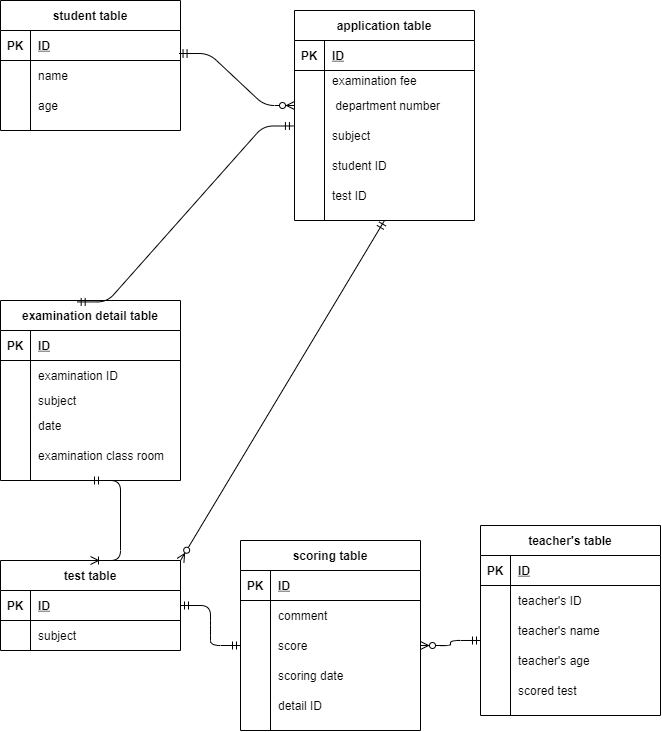
Before: index.drawio.png, a diagram exported from draw.io (shumpei0601/database). Source tidied: cells renumbered, new cells last; positions are measured from the earlier drawing's top-left corner, leaving out a move shared by most shapes.
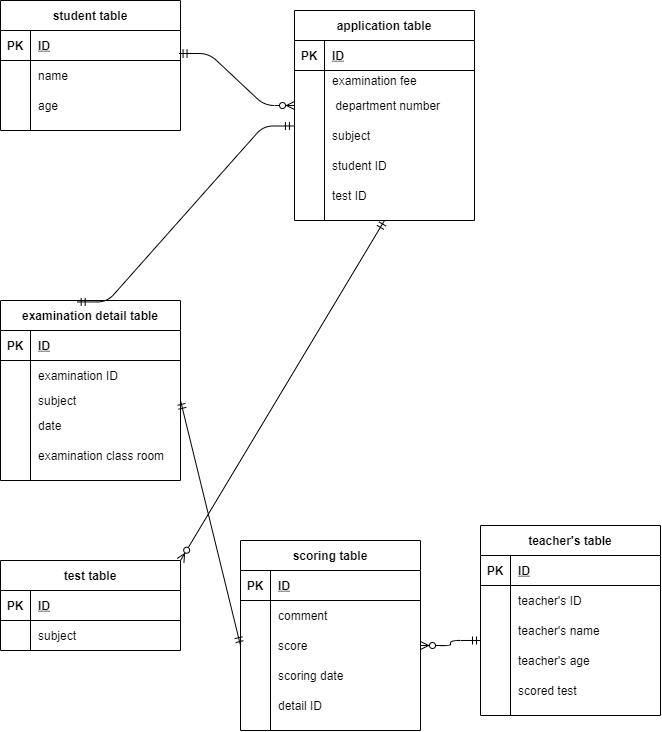
Later version of the same file.

The edit, as a diff of the source:
```diff
@@ -257,14 +257,6 @@
     <mxCell id="86" value="detail ID" style="shape=partialRectangle;fillColor=none;top=0;left=0;bottom=0;right=0;align=left;spacingLeft=6;overflow=hidden;" parent="84" vertex="1">
       <mxGeometry x="30" width="150" height="30" as="geometry" />
     </mxCell>
-    <mxCell id="87" style="edgeStyle=entityRelationEdgeStyle;fontSize=12;html=1;endArrow=ERmandOne;startArrow=ERmandOne;exitX=1;exitY=0.5;exitDx=0;exitDy=0;entryX=0;entryY=0.5;entryDx=0;entryDy=0;" parent="1" edge="1" source="3" target="78">
-      <mxGeometry relative="1" as="geometry" />
-    </mxCell>
-    <mxCell id="88" style="edgeStyle=entityRelationEdgeStyle;fontSize=12;html=1;endArrow=ERoneToMany;startArrow=ERmandOne;entryX=0.5;entryY=0;entryDx=0;entryDy=0;" parent="1" edge="1" target="2">
-      <mxGeometry relative="1" as="geometry">
-        <mxPoint x="90" y="480" as="sourcePoint" />
-      </mxGeometry>
-    </mxCell>
     <mxCell id="89" style="edgeStyle=entityRelationEdgeStyle;fontSize=12;html=1;endArrow=ERzeroToMany;startArrow=ERmandOne;exitX=0;exitY=0.833;exitDx=0;exitDy=0;exitPerimeter=0;entryX=1;entryY=0.5;entryDx=0;entryDy=0;" parent="1" edge="1" source="42" target="78">
       <mxGeometry relative="1" as="geometry" />
     </mxCell>
@@ -274,5 +266,10 @@
     <mxCell id="91" style="fontSize=12;html=1;endArrow=ERzeroToMany;startArrow=ERmandOne;entryX=1;entryY=0;entryDx=0;entryDy=0;exitX=0.5;exitY=1;exitDx=0;exitDy=0;" parent="1" edge="1" source="51" target="2">
       <mxGeometry relative="1" as="geometry" />
     </mxCell>
+    <mxCell id="92" style="fontSize=12;html=1;endArrow=ERmandOne;startArrow=ERmandOne;exitX=0;exitY=0.5;exitDx=0;exitDy=0;" parent="1" edge="1" source="78">
+      <mxGeometry relative="1" as="geometry">
+        <mxPoint x="180" y="400" as="targetPoint" />
+      </mxGeometry>
+    </mxCell>
   </root>
 </mxGraphModel>
```
